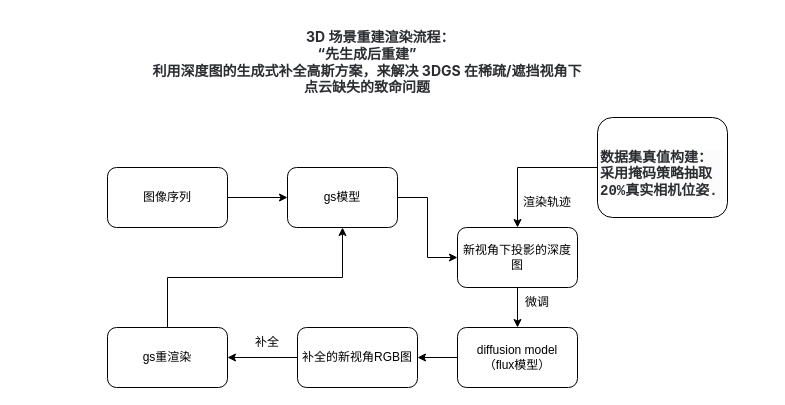
This is model_net.drawio from zzcPeace/draw.io, a draw.io file, before an edit. Source tidied: cells renumbered, new cells numbered last; positions are measured from the earlier drawing's top-left corner, leaving out a move shared by most shapes. Both pictures are drawn from the tidied source at 100%, with x=0, y=0 at pixel (107, 17).
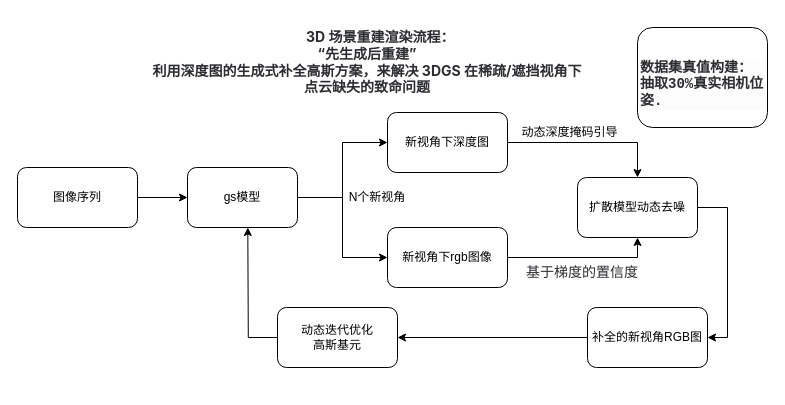
After the change.

Diff of the diagram source:
```diff
@@
     <mxCell id="3" value="图像序列" style="rounded=1;whiteSpace=wrap;html=1;" parent="1" vertex="1">
-      <mxGeometry y="150" width="120" height="60" as="geometry" />
+      <mxGeometry x="-90" y="150" width="120" height="60" as="geometry" />
     </mxCell>
@@
+    <mxCell id="20" style="edgeStyle=orthogonalEdgeStyle;rounded=0;jettySize=auto;html=1;exitX=1;exitY=0.5;exitDx=0;exitDy=0;" parent="1" edge="1" source="5" target="24">
+      <mxGeometry relative="1" as="geometry" />
+    </mxCell>
     <mxCell id="5" value="gs模型" style="whiteSpace=wrap;html=1;rounded=1;" parent="1" vertex="1">
-      <mxGeometry x="180" y="150" width="110" height="60" as="geometry" />
+      <mxGeometry x="80" y="150" width="110" height="60" as="geometry" />
     </mxCell>
+    <mxCell id="12" value="新视角下深度图" style="rounded=1;whiteSpace=wrap;html=1;" parent="1" vertex="1">
+      <mxGeometry x="280" y="95" width="120" height="60" as="geometry" />
+    </mxCell>
+    <mxCell id="14" value="扩散模型动态去噪" style="rounded=1;whiteSpace=wrap;html=1;" parent="1" vertex="1">
+      <mxGeometry x="470" y="160" width="120" height="60" as="geometry" />
+    </mxCell>
@@
     <mxCell id="7" value="补全的新视角RGB图" style="whiteSpace=wrap;html=1;rounded=1;" parent="1" vertex="1">
-      <mxGeometry x="190" y="310" width="120" height="60" as="geometry" />
+      <mxGeometry x="480" y="290" width="120" height="60" as="geometry" />
     </mxCell>
-    <mxCell id="8" style="edgeStyle=orthogonalEdgeStyle;rounded=0;jettySize=auto;html=1;exitX=0.5;exitY=0;exitDx=0;exitDy=0;entryX=0.5;entryY=1;entryDx=0;entryDy=0;" parent="1" edge="1" source="9" target="5">
-      <mxGeometry relative="1" as="geometry" />
-    </mxCell>
+    <mxCell id="21" style="edgeStyle=orthogonalEdgeStyle;rounded=0;jettySize=auto;html=1;exitX=0;exitY=0.5;exitDx=0;exitDy=0;" parent="1" edge="1" source="9">
+      <mxGeometry relative="1" as="geometry">
+        <mxPoint x="140.3" y="210" as="targetPoint" />
+      </mxGeometry>
+    </mxCell>
-    <mxCell id="9" value="gs重渲染" style="rounded=1;whiteSpace=wrap;html=1;" parent="1" vertex="1">
-      <mxGeometry y="310" width="120" height="60" as="geometry" />
+    <mxCell id="9" value="动态迭代优化&lt;div&gt;高斯基元&lt;/div&gt;" style="rounded=1;whiteSpace=wrap;html=1;" parent="1" vertex="1">
+      <mxGeometry x="170" y="290" width="120" height="60" as="geometry" />
     </mxCell>
@@
+    <mxCell id="17" value="&lt;br&gt;&lt;div&gt;&lt;strong class=&quot;ng-star-inserted&quot; style=&quot;box-sizing: border-box; color: rgb(43, 45, 49); font-family: Inter, sans-serif; font-size: 14px; font-style: normal; font-variant-ligatures: normal; font-variant-caps: normal; letter-spacing: normal; orphans: 2; text-align: start; text-indent: 0px; text-transform: none; widows: 2; word-spacing: 0px; -webkit-text-stroke-width: 0px; white-space: normal; background-color: rgb(255, 255, 255); text-decoration-thickness: initial; text-decoration-style: initial; text-decoration-color: initial;&quot;&gt;&lt;span class=&quot;inline-code ng-star-inserted&quot; style=&quot;box-sizing: border-box; background: none 0% 0% / auto repeat scroll padding-box border-box rgb(252, 252, 252); border: none; border-radius: 4px; color: rgb(43, 45, 49); display: inline-block; font-family: &amp;quot;DM Mono&amp;quot;, monospace; font-size: 1em; padding: 0px 2px;&quot;&gt;数据集真值构建：抽取30%真实相机位姿.&lt;/span&gt;&lt;/strong&gt;&lt;br&gt;&lt;/div&gt;" style="rounded=1;whiteSpace=wrap;html=1;" parent="1" vertex="1">
+      <mxGeometry x="530" y="10" width="130" height="100" as="geometry" />
+    </mxCell>
+    <mxCell id="22" value="&lt;span style=&quot;color: rgb(43, 45, 49); font-family: Inter, sans-serif; font-size: 14px; text-align: start; background-color: rgb(255, 255, 255);&quot;&gt;基于梯度的置信度&lt;/span&gt;" style="text;html=1;whiteSpace=wrap;strokeColor=none;fillColor=none;align=center;verticalAlign=middle;rounded=0;" parent="1" vertex="1">
+      <mxGeometry x="410" y="240" width="130" height="30" as="geometry" />
+    </mxCell>
+    <mxCell id="23" style="edgeStyle=orthogonalEdgeStyle;rounded=0;jettySize=auto;html=1;exitX=1;exitY=0.5;exitDx=0;exitDy=0;entryX=0.5;entryY=1;entryDx=0;entryDy=0;" parent="1" edge="1" source="24" target="14">
+      <mxGeometry relative="1" as="geometry" />
+    </mxCell>
+    <mxCell id="24" value="新视角下rgb图像" style="rounded=1;whiteSpace=wrap;html=1;" parent="1" vertex="1">
+      <mxGeometry x="280" y="210" width="120" height="60" as="geometry" />
+    </mxCell>
+    <mxCell id="25" value="动态深度掩码引导" style="text;html=1;whiteSpace=wrap;strokeColor=none;fillColor=none;align=center;verticalAlign=middle;rounded=0;" parent="1" vertex="1">
+      <mxGeometry x="410" y="100" width="105" height="30" as="geometry" />
+    </mxCell>
-    <mxCell id="11" style="edgeStyle=orthogonalEdgeStyle;rounded=0;jettySize=auto;html=1;exitX=0.5;exitY=1;exitDx=0;exitDy=0;" parent="1" edge="1" source="12" target="14">
+    <mxCell id="11" style="edgeStyle=orthogonalEdgeStyle;rounded=0;jettySize=auto;html=1;exitX=1;exitY=0.5;exitDx=0;exitDy=0;entryX=0.5;entryY=0;entryDx=0;entryDy=0;" parent="1" edge="1" source="12" target="14">
       <mxGeometry relative="1" as="geometry" />
     </mxCell>
-    <mxCell id="12" value="新视角下投影的深度图" style="rounded=1;whiteSpace=wrap;html=1;" parent="1" vertex="1">
-      <mxGeometry x="350" y="210" width="120" height="60" as="geometry" />
-    </mxCell>
-    <mxCell id="13" style="edgeStyle=orthogonalEdgeStyle;rounded=0;jettySize=auto;html=1;exitX=0;exitY=0.5;exitDx=0;exitDy=0;" parent="1" edge="1" source="14" target="7">
+    <mxCell id="13" style="edgeStyle=orthogonalEdgeStyle;rounded=0;jettySize=auto;html=1;exitX=1;exitY=0.5;exitDx=0;exitDy=0;entryX=1;entryY=0.5;entryDx=0;entryDy=0;" parent="1" edge="1" source="14" target="7">
       <mxGeometry relative="1" as="geometry" />
     </mxCell>
-    <mxCell id="14" value="diffusion model&lt;br&gt;（flux模型）" style="rounded=1;whiteSpace=wrap;html=1;" parent="1" vertex="1">
-      <mxGeometry x="350" y="310" width="120" height="60" as="geometry" />
-    </mxCell>
-    <mxCell id="15" value="补全" style="text;html=1;whiteSpace=wrap;strokeColor=none;fillColor=none;align=center;verticalAlign=middle;rounded=0;" parent="1" vertex="1">
-      <mxGeometry x="130" y="310" width="60" height="30" as="geometry" />
-    </mxCell>
-    <mxCell id="16" style="edgeStyle=orthogonalEdgeStyle;rounded=0;jettySize=auto;html=1;exitX=0;exitY=0.5;exitDx=0;exitDy=0;" parent="1" edge="1" source="17" target="12">
-      <mxGeometry relative="1" as="geometry" />
-    </mxCell>
-    <mxCell id="17" value="&lt;br&gt;&lt;div&gt;&lt;strong class=&quot;ng-star-inserted&quot; style=&quot;box-sizing: border-box; color: rgb(43, 45, 49); font-family: Inter, sans-serif; font-size: 14px; font-style: normal; font-variant-ligatures: normal; font-variant-caps: normal; letter-spacing: normal; orphans: 2; text-align: start; text-indent: 0px; text-transform: none; widows: 2; word-spacing: 0px; -webkit-text-stroke-width: 0px; white-space: normal; background-color: rgb(255, 255, 255); text-decoration-thickness: initial; text-decoration-style: initial; text-decoration-color: initial;&quot;&gt;&lt;span class=&quot;inline-code ng-star-inserted&quot; style=&quot;box-sizing: border-box; background: none 0% 0% / auto repeat scroll padding-box border-box rgb(252, 252, 252); border: none; border-radius: 4px; color: rgb(43, 45, 49); display: inline-block; font-family: &amp;quot;DM Mono&amp;quot;, monospace; font-size: 1em; padding: 0px 2px;&quot;&gt;数据集真值构建：采用掩码策略抽取20%真实相机位姿.&lt;/span&gt;&lt;/strong&gt;&lt;br&gt;&lt;/div&gt;" style="rounded=1;whiteSpace=wrap;html=1;" parent="1" vertex="1">
-      <mxGeometry x="490" y="100" width="130" height="100" as="geometry" />
-    </mxCell>
-    <mxCell id="18" value="渲染轨迹" style="text;html=1;whiteSpace=wrap;strokeColor=none;fillColor=none;align=center;verticalAlign=middle;rounded=0;" parent="1" vertex="1">
-      <mxGeometry x="410" y="170" width="60" height="30" as="geometry" />
-    </mxCell>
-    <mxCell id="19" value="微调" style="text;html=1;whiteSpace=wrap;strokeColor=none;fillColor=none;align=center;verticalAlign=middle;rounded=0;" parent="1" vertex="1">
-      <mxGeometry x="400" y="270" width="60" height="30" as="geometry" />
-    </mxCell>
+    <mxCell id="26" value="N个新视角" style="text;html=1;whiteSpace=wrap;strokeColor=none;fillColor=none;align=center;verticalAlign=middle;rounded=0;" parent="1" vertex="1">
+      <mxGeometry x="240" y="165" width="60" height="30" as="geometry" />
+    </mxCell>
```
